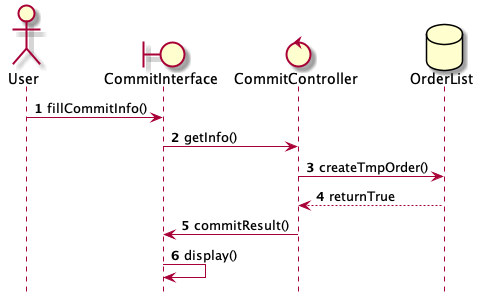
Earlier version of the PlantUML export report/figure/sequenceDiagram/sd_commitOrder.png (wwyf/Waterfall). Source of this version:
```plantuml
@startuml
	hide footbox

	actor User as act
	boundary CommitInterface as bou
	control CommitController as con
	database OrderList as db

	autonumber
	act -> bou : fillCommitInfo()
	bou -> con : getInfo()
	con -> db : createTmpOrder()
	db --> con : returnTrue
	con -> bou : commitResult()
	bou -> bou : display()

@enduml
```
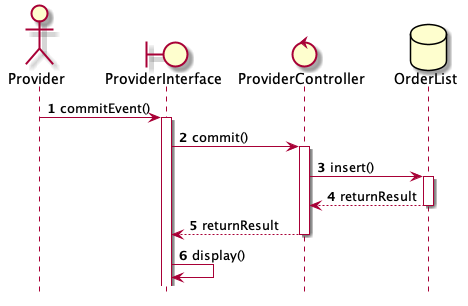
After the change.

The edit, as a diff of the source:
```diff
@@ -1,17 +1,27 @@
 @startuml
 	hide footbox
 
-	actor User as act
-	boundary CommitInterface as bou
-	control CommitController as con
+	actor Provider as act
+	boundary ProviderInterface as bou
+	control ProviderController as con
 	database OrderList as db
 
 	autonumber
-	act -> bou : fillCommitInfo()
-	bou -> con : getInfo()
-	con -> db : createTmpOrder()
-	db --> con : returnTrue
-	con -> bou : commitResult()
+	act -> bou : commitEvent()
+	activate bou
+
+	bou -> con : commit()
+	activate con
+
+	con -> db : insert()
+	activate db
+
+	db --> con : returnResult
+	deactivate db
+
+	con --> bou : returnResult
+	deactivate con
+
 	bou -> bou : display()
 
 @enduml
```
